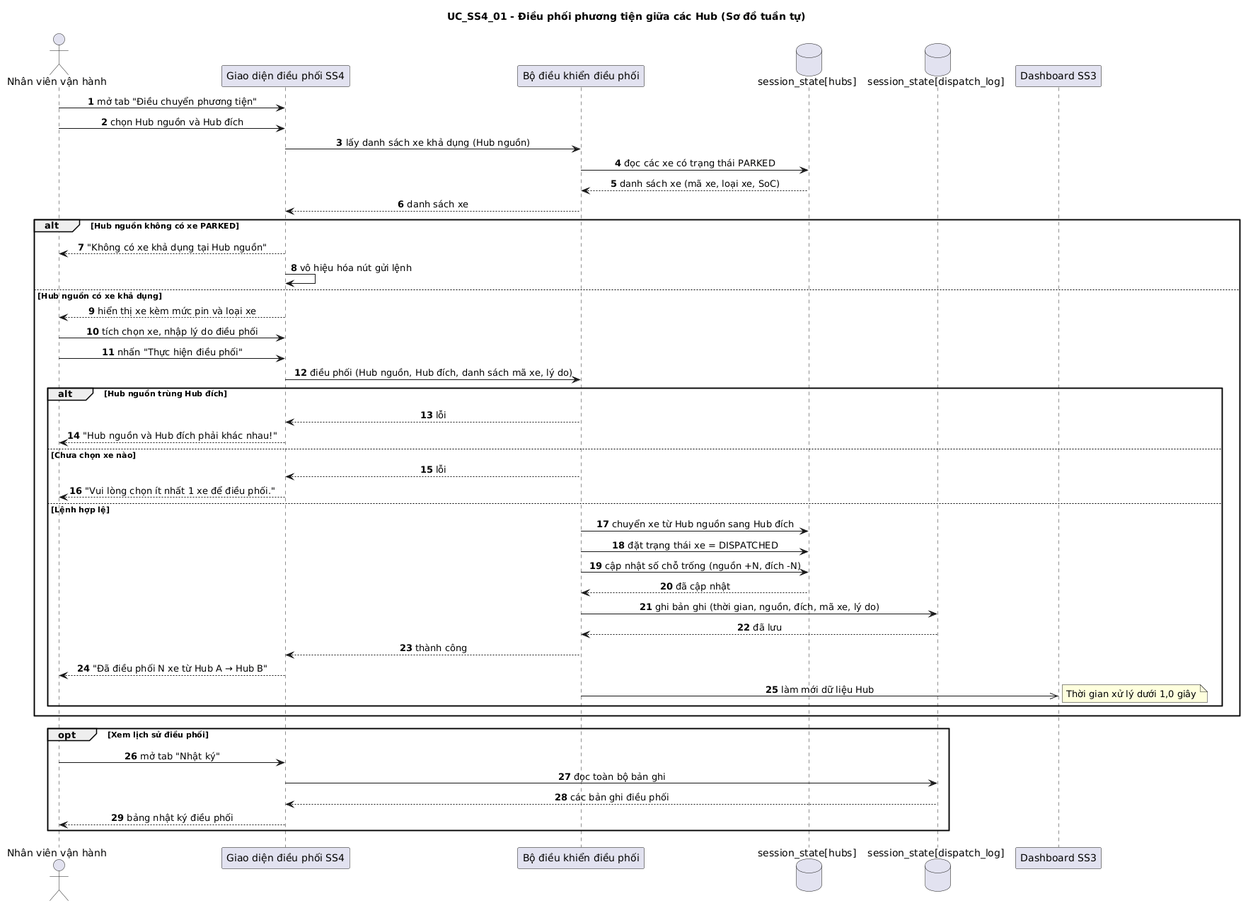
Before: docs/diagrams/Use-case detail-scenario/SS4/Sequence diagrams/UC_SS4_01_sequence.png, a diagram exported from PlantUML (Dat-nguyen195/BTL_1_CNPM).
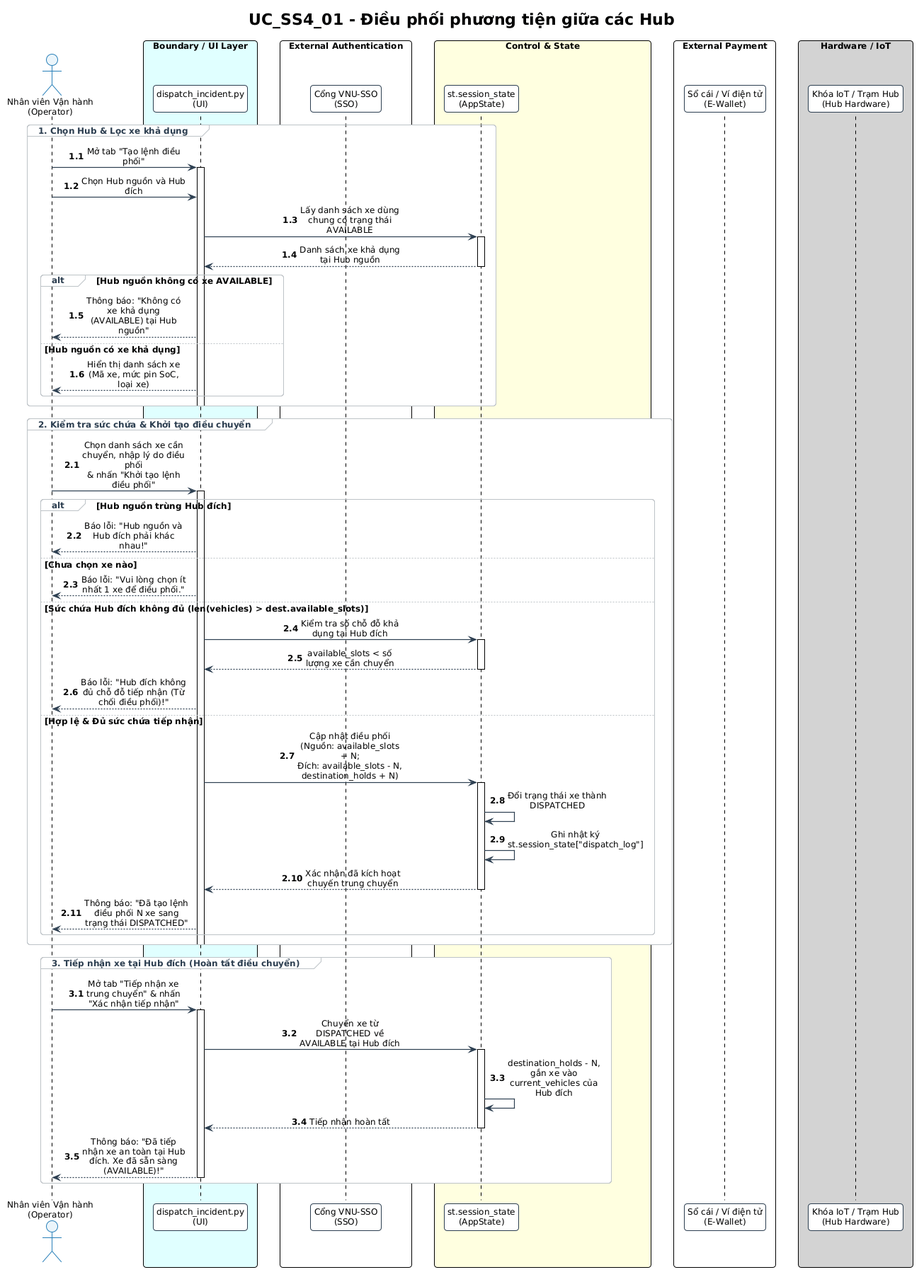
Later version of the same file.

Diff of the diagram source:
```diff
@@ -1,56 +1,90 @@
-@startuml
-title UC_SS4_01 - Điều phối phương tiện giữa các Hub (Sơ đồ tuần tự)
-skinparam shadowing false
+@startuml UC_SS4_01_sequence
+!pragma layout smetana
+!include ../../../common.puml
+title UC_SS4_01 - Điều phối phương tiện giữa các Hub
 skinparam sequenceMessageAlign center
-autonumber
+skinparam maxMessageSize 150
+skinparam BoxPadding 10
 
-actor "Nhân viên vận hành" as OP
-participant "Giao diện điều phối SS4" as UI
-participant "Bộ điều khiển điều phối" as CTRL
-database "session_state[hubs]" as HUBS
-database "session_state[dispatch_log]" as LOG
-participant "Dashboard SS3" as DASH
+actor "Nhân viên Vận hành\n(Operator)" as OP
 
-OP -> UI : mở tab "Điều chuyển phương tiện"
-OP -> UI : chọn Hub nguồn và Hub đích
-UI -> CTRL : lấy danh sách xe khả dụng (Hub nguồn)
-CTRL -> HUBS : đọc các xe có trạng thái PARKED
-HUBS --> CTRL : danh sách xe (mã xe, loại xe, SoC)
-CTRL --> UI : danh sách xe
+box "Boundary / UI Layer" #LightCyan
+participant "dispatch_incident.py\n(UI)" as UI
+end box
 
-alt Hub nguồn không có xe PARKED
-  UI --> OP : "Không có xe khả dụng tại Hub nguồn"
-  UI -> UI : vô hiệu hóa nút gửi lệnh
-else Hub nguồn có xe khả dụng
-  UI --> OP : hiển thị xe kèm mức pin và loại xe
-  OP -> UI : tích chọn xe, nhập lý do điều phối
-  OP -> UI : nhấn "Thực hiện điều phối"
-  UI -> CTRL : điều phối (Hub nguồn, Hub đích, danh sách mã xe, lý do)
+box "External Authentication" #White
+participant "Cổng VNU-SSO\n(SSO)" as SSO
+end box
 
-  alt Hub nguồn trùng Hub đích
-    CTRL --> UI : lỗi
-    UI --> OP : "Hub nguồn và Hub đích phải khác nhau!"
-  else Chưa chọn xe nào
-    CTRL --> UI : lỗi
-    UI --> OP : "Vui lòng chọn ít nhất 1 xe để điều phối."
-  else Lệnh hợp lệ
-    CTRL -> HUBS : chuyển xe từ Hub nguồn sang Hub đích
-    CTRL -> HUBS : đặt trạng thái xe = DISPATCHED
-    CTRL -> HUBS : cập nhật số chỗ trống (nguồn +N, đích -N)
-    HUBS --> CTRL : đã cập nhật
-    CTRL -> LOG : ghi bản ghi (thời gian, nguồn, đích, mã xe, lý do)
-    LOG --> CTRL : đã lưu
-    CTRL --> UI : thành công
-    UI --> OP : "Đã điều phối N xe từ Hub A → Hub B"
-    CTRL ->> DASH : làm mới dữ liệu Hub
-    note right: Thời gian xử lý dưới 1,0 giây
-  end
+box "Control & State" #LightYellow
+participant "st.session_state\n(AppState)" as AppState
+end box
+
+box "External Payment" #White
+participant "Sổ cái / Ví điện tử\n(E-Wallet)" as EWallet
+end box
+
+box "Hardware / IoT" #LightGray
+participant "Khóa IoT / Trạm Hub\n(Hub Hardware)" as IoT
+end box
+
+autonumber 1.1
+group 1. Chọn Hub & Lọc xe khả dụng
+    OP -> UI: Mở tab "Tạo lệnh điều phối"
+    activate UI
+
+    OP -> UI: Chọn Hub nguồn và Hub đích
+    UI -> AppState: Lấy danh sách xe dùng chung có trạng thái AVAILABLE
+    activate AppState
+    AppState --> UI: Danh sách xe khả dụng tại Hub nguồn
+    deactivate AppState
+
+    alt Hub nguồn không có xe AVAILABLE
+        UI --> OP: Thông báo: "Không có xe khả dụng (AVAILABLE) tại Hub nguồn"
+    else Hub nguồn có xe khả dụng
+        UI --> OP: Hiển thị danh sách xe (Mã xe, mức pin SoC, loại xe)
+    end
+    deactivate UI
 end
 
-opt Xem lịch sử điều phối
-  OP -> UI : mở tab "Nhật ký"
-  UI -> LOG : đọc toàn bộ bản ghi
-  LOG --> UI : các bản ghi điều phối
-  UI --> OP : bảng nhật ký điều phối
+autonumber 2.1
+group 2. Kiểm tra sức chứa & Khởi tạo điều chuyển
+    OP -> UI: Chọn danh sách xe cần chuyển, nhập lý do điều phối\n& nhấn "Khởi tạo lệnh điều phối"
+    activate UI
+
+    alt Hub nguồn trùng Hub đích
+        UI --> OP: Báo lỗi: "Hub nguồn và Hub đích phải khác nhau!"
+    else Chưa chọn xe nào
+        UI --> OP: Báo lỗi: "Vui lòng chọn ít nhất 1 xe để điều phối."
+    else Sức chứa Hub đích không đủ (len(vehicles) > dest.available_slots)
+        UI -> AppState: Kiểm tra số chỗ đỗ khả dụng tại Hub đích
+        activate AppState
+        AppState --> UI: available_slots < số lượng xe cần chuyển
+        deactivate AppState
+        UI --> OP: Báo lỗi: "Hub đích không đủ chỗ đỗ tiếp nhận (Từ chối điều phối)!"
+    else Hợp lệ & Đủ sức chứa tiếp nhận
+        UI -> AppState: Cập nhật điều phối (Nguồn: available_slots + N;\nĐích: available_slots - N, destination_holds + N)
+        activate AppState
+        AppState -> AppState: Đổi trạng thái xe thành DISPATCHED
+        AppState -> AppState: Ghi nhật ký st.session_state["dispatch_log"]
+        AppState --> UI: Xác nhận đã kích hoạt chuyến trung chuyển
+        deactivate AppState
+        UI --> OP: Thông báo: "Đã tạo lệnh điều phối N xe sang trạng thái DISPATCHED"
+    end
+    deactivate UI
 end
+
+autonumber 3.1
+group 3. Tiếp nhận xe tại Hub đích (Hoàn tất điều chuyển)
+    OP -> UI: Mở tab "Tiếp nhận xe trung chuyển" & nhấn "Xác nhận tiếp nhận"
+    activate UI
+    UI -> AppState: Chuyển xe từ DISPATCHED về AVAILABLE tại Hub đích
+    activate AppState
+    AppState -> AppState: destination_holds - N, gắn xe vào current_vehicles của Hub đích
+    AppState --> UI: Tiếp nhận hoàn tất
+    deactivate AppState
+    UI --> OP: Thông báo: "Đã tiếp nhận xe an toàn tại Hub đích. Xe đã sẵn sàng (AVAILABLE)!"
+    deactivate UI
+end
+
 @enduml
```
